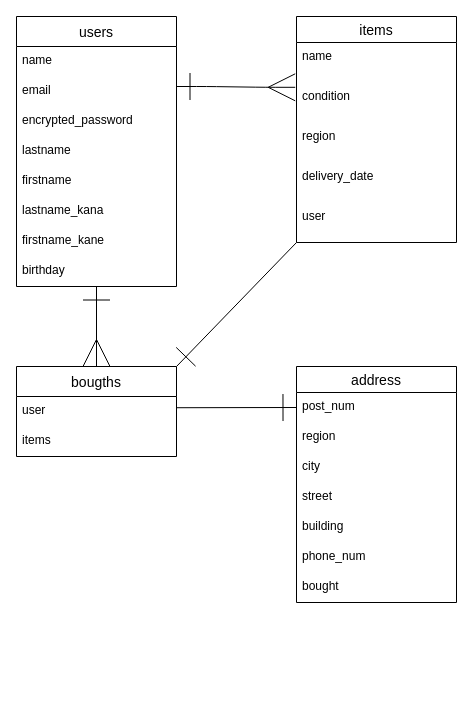
ts-0105/furima-40122 keeps this draw.io diagram as db.dio. Above is the earlier version. Source tidied: cells renumbered, new cells numbered last; positions are measured from the earlier drawing's top-left corner, leaving out a move shared by most shapes. Both pictures are drawn from the tidied source at 100%, with x=0, y=0 at pixel (16, 16).
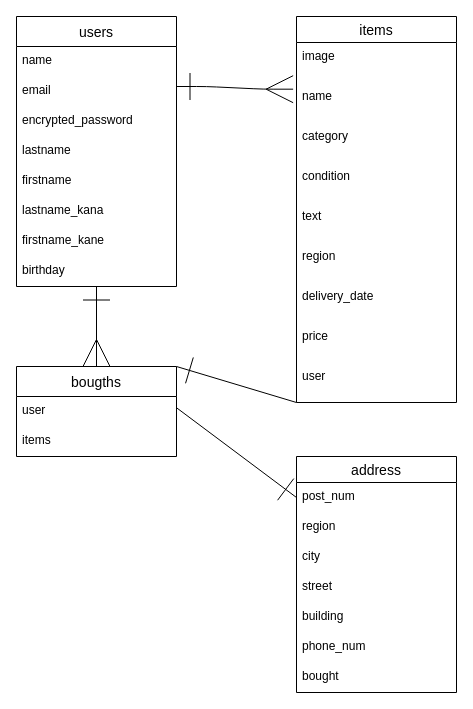
The same page after the edit.

Commit message (it also covers changes not shown here):
カラム型、数、アソシエーション見直し

The edit, as a diff of the source:
```diff
@@
     <mxCell id="12" value="items" style="swimlane;fontStyle=0;horizontal=1;startSize=26;align=center;fontSize=14;" parent="1" vertex="1">
-      <mxGeometry x="280" width="160" height="226" as="geometry" />
+      <mxGeometry x="280" width="160" height="386" as="geometry" />
     </mxCell>
+    <mxCell id="32" value="image" style="text;strokeColor=none;fillColor=none;spacingLeft=4;spacingRight=4;overflow=hidden;fontSize=12;" parent="12" vertex="1">
+      <mxGeometry y="26" width="160" height="40" as="geometry" />
+    </mxCell>
     <mxCell id="13" value="name" style="text;strokeColor=none;fillColor=none;spacingLeft=4;spacingRight=4;overflow=hidden;points=[[0,0.5],[1,0.5]];portConstraint=eastwest;fontSize=12;" parent="12" vertex="1">
-      <mxGeometry y="26" width="160" height="40" as="geometry" />
+      <mxGeometry y="66" width="160" height="40" as="geometry" />
     </mxCell>
+    <mxCell id="33" value="category" style="text;strokeColor=none;fillColor=none;spacingLeft=4;spacingRight=4;overflow=hidden;fontSize=12;" parent="12" vertex="1">
+      <mxGeometry y="106" width="160" height="40" as="geometry" />
+    </mxCell>
     <mxCell id="14" value="condition" style="text;strokeColor=none;fillColor=none;spacingLeft=4;spacingRight=4;overflow=hidden;points=[[0,0.5],[1,0.5]];portConstraint=eastwest;fontSize=12;" parent="12" vertex="1">
-      <mxGeometry y="66" width="160" height="40" as="geometry" />
+      <mxGeometry y="146" width="160" height="40" as="geometry" />
     </mxCell>
+    <mxCell id="34" value="text" style="text;strokeColor=none;fillColor=none;spacingLeft=4;spacingRight=4;overflow=hidden;fontSize=12;" parent="12" vertex="1">
+      <mxGeometry y="186" width="160" height="40" as="geometry" />
+    </mxCell>
     <mxCell id="15" value="region" style="text;strokeColor=none;fillColor=none;spacingLeft=4;spacingRight=4;overflow=hidden;fontSize=12;" parent="12" vertex="1">
-      <mxGeometry y="106" width="160" height="40" as="geometry" />
+      <mxGeometry y="226" width="160" height="40" as="geometry" />
     </mxCell>
     <mxCell id="16" value="delivery_date" style="text;strokeColor=none;fillColor=none;spacingLeft=4;spacingRight=4;overflow=hidden;fontSize=12;" parent="12" vertex="1">
-      <mxGeometry y="146" width="160" height="40" as="geometry" />
+      <mxGeometry y="266" width="160" height="40" as="geometry" />
     </mxCell>
+    <mxCell id="35" value="price" style="text;strokeColor=none;fillColor=none;spacingLeft=4;spacingRight=4;overflow=hidden;fontSize=12;" parent="12" vertex="1">
+      <mxGeometry y="306" width="160" height="40" as="geometry" />
+    </mxCell>
     <mxCell id="17" value="user" style="text;strokeColor=none;fillColor=none;spacingLeft=4;spacingRight=4;overflow=hidden;fontSize=12;" parent="12" vertex="1">
-      <mxGeometry y="186" width="160" height="40" as="geometry" />
+      <mxGeometry y="346" width="160" height="40" as="geometry" />
     </mxCell>
@@
     <mxCell id="21" value="address" style="swimlane;fontStyle=0;horizontal=1;startSize=26;align=center;fontSize=14;" parent="1" vertex="1">
-      <mxGeometry x="280" y="350" width="160" height="236" as="geometry" />
+      <mxGeometry x="280" y="440" width="160" height="236" as="geometry" />
     </mxCell>
@@
-    <mxCell id="29" style="edgeStyle=entityRelationEdgeStyle;fontSize=12;html=1;endArrow=ERmany;strokeColor=default;strokeWidth=1;targetPerimeterSpacing=0;startSize=25;endSize=25;startArrow=ERone;startFill=0;entryX=-0.008;entryY=0.12;entryDx=0;entryDy=0;entryPerimeter=0;" parent="1" edge="1" target="14">
+    <mxCell id="29" style="edgeStyle=entityRelationEdgeStyle;fontSize=12;html=1;endArrow=ERmany;strokeColor=default;strokeWidth=1;targetPerimeterSpacing=0;startSize=25;endSize=25;startArrow=ERone;startFill=0;entryX=-0.021;entryY=0.167;entryDx=0;entryDy=0;entryPerimeter=0;" parent="1" edge="1" target="13">
       <mxGeometry relative="1" as="geometry">
         <mxPoint x="160" y="70" as="sourcePoint" />
       </mxGeometry>
     </mxCell>
```
